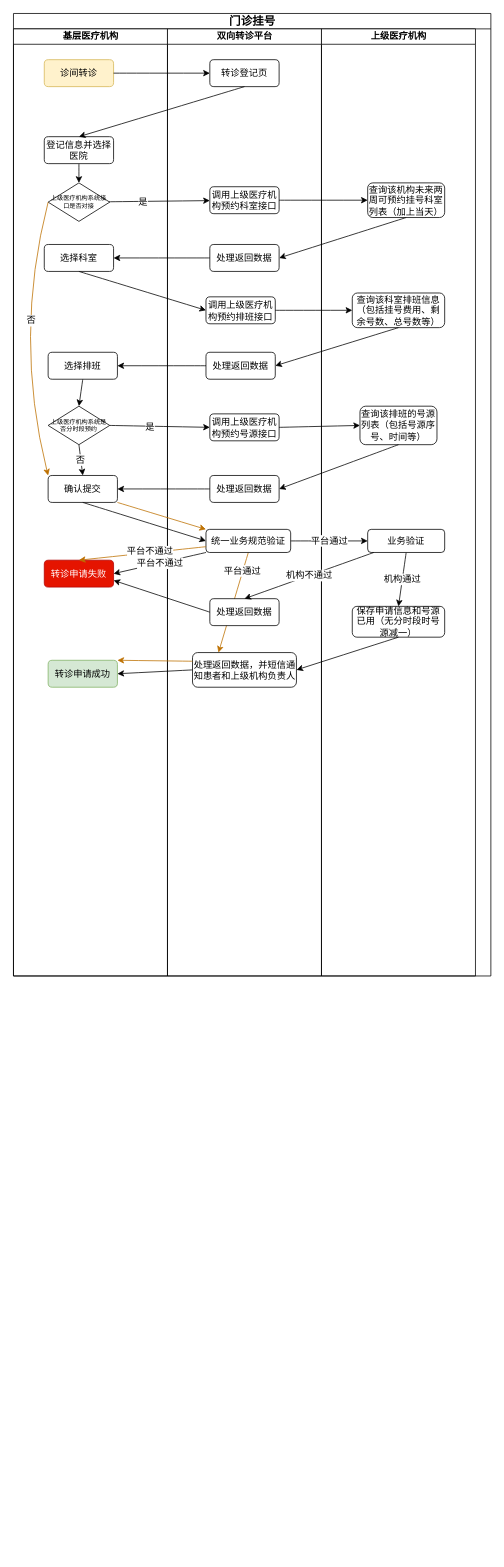
The draw.io diagram 未命名绘图.drawio in bsklqgy/zero, before the edit. Source tidied: cells renumbered, new cells numbered last; positions are measured from the earlier drawing's top-left corner, leaving out a move shared by most shapes. Both pictures are drawn from the tidied source at 77%, with x=0, y=0 at pixel (13, 13).
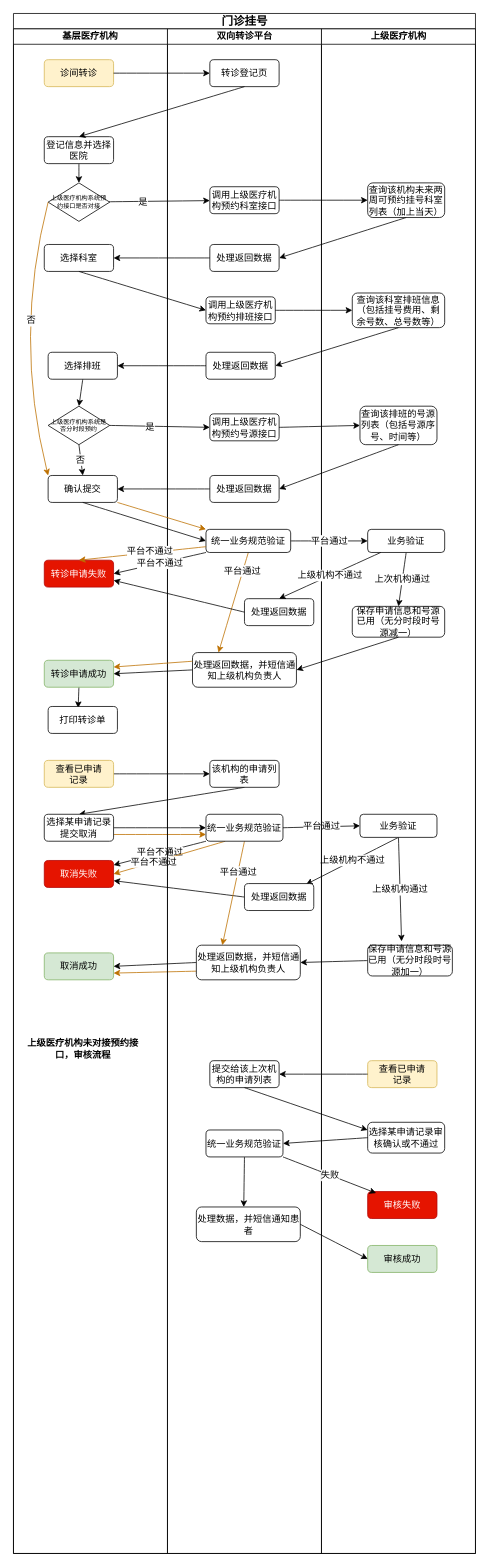
The same diagram, later.

Commit message (it also covers changes not shown here):
更新未命名绘图.drawio

The change refers to these unchanged cells:
```xml
<mxCell id="36" value="业务验证" style="rounded=1;whiteSpace=wrap;html=1;shadow=0;labelBackgroundColor=none;strokeWidth=1;fontFamily=Verdana;fontSize=12;align=center;" parent="31" vertex="1">
  <mxGeometry x="60" y="650" width="100" height="30" as="geometry" />
</mxCell>
<mxCell id="37" value="保存申请信息和号源已用（无分时段时号源减一）" style="rounded=1;whiteSpace=wrap;html=1;shadow=0;labelBackgroundColor=none;strokeWidth=1;fontFamily=Verdana;fontSize=12;align=center;" parent="31" vertex="1">
  <mxGeometry x="40" y="750" width="120" height="40" as="geometry" />
</mxCell>
```

Change to the diagram source:
```diff
@@
     <mxCell id="2" value="&lt;font style=&quot;font-size: 15px;&quot;&gt;门诊挂号&lt;/font&gt;" style="swimlane;html=1;startSize=20;rounded=0;shadow=0;labelBackgroundColor=none;strokeWidth=1;fontFamily=Verdana;fontSize=8;align=center;" parent="1" vertex="1">
-      <mxGeometry width="620" height="1250" as="geometry" />
+      <mxGeometry width="600" height="2000" as="geometry" />
     </mxCell>
+    <mxCell id="65" style="edgeStyle=none;shape=connector;curved=1;rounded=1;jettySize=auto;html=1;exitX=1;exitY=0.5;exitDx=0;exitDy=0;entryX=0;entryY=0.5;entryDx=0;entryDy=0;labelBackgroundColor=default;strokeColor=default;fontFamily=Helvetica;fontSize=12;fontColor=default;endArrow=classic;" parent="2" edge="1" source="79" target="85">
+      <mxGeometry relative="1" as="geometry" />
+    </mxCell>
+    <mxCell id="66" style="edgeStyle=none;shape=connector;curved=1;rounded=1;jettySize=auto;html=1;exitX=0.5;exitY=1;exitDx=0;exitDy=0;entryX=0.5;entryY=0;entryDx=0;entryDy=0;labelBackgroundColor=default;strokeColor=default;fontFamily=Helvetica;fontSize=12;fontColor=default;endArrow=classic;" parent="2" edge="1" source="85" target="80">
+      <mxGeometry relative="1" as="geometry" />
+    </mxCell>
+    <mxCell id="67" style="edgeStyle=none;shape=connector;curved=1;rounded=1;jettySize=auto;html=1;exitX=1;exitY=0.5;exitDx=0;exitDy=0;entryX=0;entryY=0.5;entryDx=0;entryDy=0;labelBackgroundColor=default;strokeColor=default;fontFamily=Helvetica;fontSize=12;fontColor=default;endArrow=classic;" parent="2" edge="1" source="80" target="88">
+      <mxGeometry relative="1" as="geometry" />
+    </mxCell>
+    <mxCell id="68" value="平台不通过" style="edgeStyle=none;shape=connector;curved=1;rounded=1;jettySize=auto;html=1;exitX=0;exitY=1;exitDx=0;exitDy=0;labelBackgroundColor=default;strokeColor=default;fontFamily=Helvetica;fontSize=12;fontColor=default;endArrow=classic;" parent="2" edge="1" source="88" target="81">
+      <mxGeometry relative="1" as="geometry" />
+    </mxCell>
+    <mxCell id="69" value="平台通过" style="edgeStyle=none;shape=connector;curved=1;rounded=1;jettySize=auto;html=1;exitX=1;exitY=0.5;exitDx=0;exitDy=0;entryX=0;entryY=0.5;entryDx=0;entryDy=0;labelBackgroundColor=default;strokeColor=default;fontFamily=Helvetica;fontSize=12;fontColor=default;endArrow=classic;" parent="2" edge="1" source="88" target="96">
+      <mxGeometry relative="1" as="geometry" />
+    </mxCell>
+    <mxCell id="70" value="上级机构不通过" style="edgeStyle=none;shape=connector;curved=1;rounded=1;jettySize=auto;html=1;exitX=0.5;exitY=1;exitDx=0;exitDy=0;entryX=0.889;entryY=0.029;entryDx=0;entryDy=0;entryPerimeter=0;labelBackgroundColor=default;strokeColor=default;fontFamily=Helvetica;fontSize=12;fontColor=default;endArrow=classic;" parent="2" edge="1" source="96" target="89">
+      <mxGeometry relative="1" as="geometry" />
+    </mxCell>
+    <mxCell id="71" style="edgeStyle=none;shape=connector;curved=1;rounded=1;jettySize=auto;html=1;exitX=0;exitY=0.5;exitDx=0;exitDy=0;entryX=1;entryY=0.75;entryDx=0;entryDy=0;labelBackgroundColor=default;strokeColor=default;fontFamily=Helvetica;fontSize=12;fontColor=default;endArrow=classic;" parent="2" edge="1" source="89" target="81">
+      <mxGeometry relative="1" as="geometry" />
+    </mxCell>
+    <mxCell id="72" style="edgeStyle=none;shape=connector;curved=1;rounded=1;jettySize=auto;html=1;exitX=0;exitY=0.5;exitDx=0;exitDy=0;entryX=1;entryY=0.5;entryDx=0;entryDy=0;labelBackgroundColor=default;strokeColor=default;fontFamily=Helvetica;fontSize=12;fontColor=default;endArrow=classic;" parent="2" edge="1" source="97" target="90">
+      <mxGeometry relative="1" as="geometry" />
+    </mxCell>
+    <mxCell id="73" style="edgeStyle=none;shape=connector;curved=1;rounded=1;jettySize=auto;html=1;exitX=0;exitY=0.5;exitDx=0;exitDy=0;entryX=1;entryY=0.5;entryDx=0;entryDy=0;labelBackgroundColor=default;strokeColor=default;fontFamily=Helvetica;fontSize=12;fontColor=default;endArrow=classic;" parent="2" edge="1" source="90" target="82">
+      <mxGeometry relative="1" as="geometry" />
+    </mxCell>
+    <mxCell id="74" style="edgeStyle=none;shape=connector;curved=1;rounded=1;jettySize=auto;html=1;exitX=1;exitY=0.75;exitDx=0;exitDy=0;entryX=0;entryY=0.75;entryDx=0;entryDy=0;labelBackgroundColor=default;strokeColor=#BD7000;fontFamily=Helvetica;fontSize=12;fontColor=default;endArrow=classic;fillColor=#f0a30a;" parent="2" edge="1" source="80" target="88">
+      <mxGeometry relative="1" as="geometry" />
+    </mxCell>
+    <mxCell id="75" style="edgeStyle=none;shape=connector;curved=1;rounded=1;jettySize=auto;html=1;exitX=0.25;exitY=1;exitDx=0;exitDy=0;entryX=1;entryY=0.5;entryDx=0;entryDy=0;labelBackgroundColor=default;strokeColor=#BD7000;fontFamily=Helvetica;fontSize=12;fontColor=default;endArrow=classic;fillColor=#f0a30a;" parent="2" edge="1" source="88" target="81">
+      <mxGeometry relative="1" as="geometry" />
+    </mxCell>
+    <mxCell id="76" value="平台不通过" style="edgeLabel;html=1;align=center;verticalAlign=middle;fontSize=12;fontFamily=Helvetica;fontColor=default;" parent="75" vertex="1">
+      <mxGeometry x="0.29" y="-1" relative="1" as="geometry" />
+    </mxCell>
+    <mxCell id="77" style="edgeStyle=none;shape=connector;curved=1;rounded=1;jettySize=auto;html=1;exitX=0;exitY=0.75;exitDx=0;exitDy=0;entryX=1;entryY=0.75;entryDx=0;entryDy=0;labelBackgroundColor=default;strokeColor=#BD7000;fontFamily=Helvetica;fontSize=12;fontColor=default;endArrow=classic;fillColor=#f0a30a;" parent="2" edge="1" source="90" target="82">
+      <mxGeometry relative="1" as="geometry" />
+    </mxCell>
-    <mxCell id="3" value="基层医疗机构" style="swimlane;html=1;startSize=20;" parent="2" vertex="1">
-      <mxGeometry y="20" width="200" height="1230" as="geometry" />
+    <mxCell id="3" value="基层医疗机构" style="swimlane;html=1;startSize=20;whiteSpace=wrap;" parent="2" vertex="1">
+      <mxGeometry y="20" width="200" height="1980" as="geometry" />
     </mxCell>
@@
-    <mxCell id="7" value="上级医疗机构系统接口是否对接" style="rhombus;whiteSpace=wrap;html=1;rounded=0;shadow=0;labelBackgroundColor=none;strokeWidth=1;fontFamily=Verdana;fontSize=8;align=center;" parent="3" vertex="1">
+    <mxCell id="7" value="上级医疗机构系统预约接口是否对接" style="rhombus;whiteSpace=wrap;html=1;rounded=0;shadow=0;labelBackgroundColor=none;strokeWidth=1;fontFamily=Verdana;fontSize=8;align=center;" parent="3" vertex="1">
       <mxGeometry x="45" y="200" width="80" height="50" as="geometry" />
     </mxCell>
@@
+    <mxCell id="78" style="edgeStyle=none;shape=connector;curved=1;rounded=1;jettySize=auto;html=1;exitX=0.5;exitY=1;exitDx=0;exitDy=0;entryX=0.433;entryY=0.057;entryDx=0;entryDy=0;entryPerimeter=0;labelBackgroundColor=default;strokeColor=default;fontFamily=Helvetica;fontSize=12;fontColor=default;endArrow=classic;" parent="3" edge="1" source="15" target="84">
+      <mxGeometry relative="1" as="geometry" />
+    </mxCell>
     <mxCell id="15" value="转诊申请成功" style="rounded=1;whiteSpace=wrap;html=1;shadow=0;labelBackgroundColor=none;strokeWidth=1;fontFamily=Verdana;fontSize=12;align=center;fillColor=#d5e8d4;strokeColor=#82b366;" parent="3" vertex="1">
-      <mxGeometry x="45" y="820" width="90" height="35" as="geometry" />
+      <mxGeometry x="40" y="820" width="90" height="35" as="geometry" />
     </mxCell>
@@
+    <mxCell id="79" value="查看已申请&lt;br&gt;记录" style="rounded=1;whiteSpace=wrap;html=1;shadow=0;labelBackgroundColor=none;strokeWidth=1;fontFamily=Verdana;fontSize=12;align=center;fillColor=#fff2cc;strokeColor=#d6b656;" parent="3" vertex="1">
+      <mxGeometry x="40" y="950" width="90" height="35" as="geometry" />
+    </mxCell>
+    <mxCell id="80" value="选择某申请记录提交取消" style="rounded=1;whiteSpace=wrap;html=1;shadow=0;labelBackgroundColor=none;strokeWidth=1;fontFamily=Verdana;fontSize=12;align=center;" parent="3" vertex="1">
+      <mxGeometry x="40" y="1020" width="90" height="35" as="geometry" />
+    </mxCell>
+    <mxCell id="81" value="取消失败" style="rounded=1;whiteSpace=wrap;html=1;shadow=0;labelBackgroundColor=none;strokeWidth=1;fontFamily=Verdana;fontSize=12;align=center;fillColor=#e51400;fontColor=#ffffff;strokeColor=#B20000;" parent="3" vertex="1">
+      <mxGeometry x="40" y="1080" width="90" height="35" as="geometry" />
+    </mxCell>
+    <mxCell id="82" value="取消成功" style="rounded=1;whiteSpace=wrap;html=1;shadow=0;labelBackgroundColor=none;strokeWidth=1;fontFamily=Verdana;fontSize=12;align=center;fillColor=#d5e8d4;strokeColor=#82b366;" parent="3" vertex="1">
+      <mxGeometry x="40" y="1200" width="90" height="35" as="geometry" />
+    </mxCell>
+    <mxCell id="83" value="上级医疗机构未对接预约接口，审核流程" style="text;strokeColor=none;fillColor=none;html=1;fontSize=12;fontStyle=1;verticalAlign=middle;align=center;fontFamily=Helvetica;fontColor=default;whiteSpace=wrap;" parent="3" vertex="1">
+      <mxGeometry x="8.8" y="1300" width="162.5" height="50" as="geometry" />
+    </mxCell>
+    <mxCell id="84" value="打印转诊单" style="rounded=1;whiteSpace=wrap;html=1;shadow=0;labelBackgroundColor=none;strokeWidth=1;fontFamily=Verdana;fontSize=12;align=center;" parent="3" vertex="1">
+      <mxGeometry x="45" y="880" width="90" height="35" as="geometry" />
+    </mxCell>
     <mxCell id="18" value="双向转诊平台" style="swimlane;html=1;startSize=20;" parent="2" vertex="1">
-      <mxGeometry x="200" y="20" width="200" height="1230" as="geometry" />
+      <mxGeometry x="200" y="20" width="200" height="1980" as="geometry" />
     </mxCell>
@@
     <mxCell id="29" value="处理返回数据" style="rounded=1;whiteSpace=wrap;html=1;shadow=0;labelBackgroundColor=none;strokeWidth=1;fontFamily=Verdana;fontSize=12;align=center;" parent="18" vertex="1">
-      <mxGeometry x="55" y="740" width="90" height="35" as="geometry" />
+      <mxGeometry x="100" y="740" width="90" height="35" as="geometry" />
     </mxCell>
-    <mxCell id="30" value="处理返回数据，并短信通知患者和上级机构负责人" style="rounded=1;whiteSpace=wrap;html=1;shadow=0;labelBackgroundColor=none;strokeWidth=1;fontFamily=Verdana;fontSize=12;align=center;" parent="18" vertex="1">
+    <mxCell id="30" value="处理返回数据，并短信通知上级机构负责人" style="rounded=1;whiteSpace=wrap;html=1;shadow=0;labelBackgroundColor=none;strokeWidth=1;fontFamily=Verdana;fontSize=12;align=center;" parent="18" vertex="1">
       <mxGeometry x="32.5" y="810" width="135" height="45" as="geometry" />
     </mxCell>
+    <mxCell id="85" value="该机构的申请列表" style="rounded=1;whiteSpace=wrap;html=1;shadow=0;labelBackgroundColor=none;strokeWidth=1;fontFamily=Verdana;fontSize=12;align=center;" parent="18" vertex="1">
+      <mxGeometry x="55" y="950" width="90" height="35" as="geometry" />
+    </mxCell>
+    <mxCell id="86" style="edgeStyle=none;shape=connector;curved=1;rounded=1;jettySize=auto;html=1;exitX=0.5;exitY=1;exitDx=0;exitDy=0;entryX=0.25;entryY=0;entryDx=0;entryDy=0;labelBackgroundColor=default;strokeColor=#BD7000;fontFamily=Helvetica;fontSize=12;fontColor=default;endArrow=classic;fillColor=#f0a30a;" parent="18" edge="1" source="88" target="90">
+      <mxGeometry relative="1" as="geometry" />
+    </mxCell>
+    <mxCell id="87" value="平台通过" style="edgeLabel;html=1;align=center;verticalAlign=middle;fontSize=12;fontFamily=Helvetica;fontColor=default;" parent="86" vertex="1">
+      <mxGeometry x="-0.42" relative="1" as="geometry" />
+    </mxCell>
+    <mxCell id="88" value="统一业务规范验证" style="rounded=1;whiteSpace=wrap;html=1;shadow=0;labelBackgroundColor=none;strokeWidth=1;fontFamily=Verdana;fontSize=12;align=center;" parent="18" vertex="1">
+      <mxGeometry x="50" y="1020" width="100" height="35" as="geometry" />
+    </mxCell>
+    <mxCell id="89" value="处理返回数据" style="rounded=1;whiteSpace=wrap;html=1;shadow=0;labelBackgroundColor=none;strokeWidth=1;fontFamily=Verdana;fontSize=12;align=center;" parent="18" vertex="1">
+      <mxGeometry x="100" y="1110" width="90" height="35" as="geometry" />
+    </mxCell>
+    <mxCell id="90" value="处理返回数据，并短信通知上级机构负责人" style="rounded=1;whiteSpace=wrap;html=1;shadow=0;labelBackgroundColor=none;strokeWidth=1;fontFamily=Verdana;fontSize=12;align=center;" parent="18" vertex="1">
+      <mxGeometry x="37.5" y="1190" width="135" height="45" as="geometry" />
+    </mxCell>
+    <mxCell id="91" value="提交给该上次机构的申请列表" style="rounded=1;whiteSpace=wrap;html=1;shadow=0;labelBackgroundColor=none;strokeWidth=1;fontFamily=Verdana;fontSize=12;align=center;" parent="18" vertex="1">
+      <mxGeometry x="55" y="1340" width="90" height="35" as="geometry" />
+    </mxCell>
+    <mxCell id="92" style="edgeStyle=none;shape=connector;curved=1;rounded=1;jettySize=auto;html=1;exitX=0.5;exitY=1;exitDx=0;exitDy=0;entryX=0.456;entryY=0;entryDx=0;entryDy=0;entryPerimeter=0;labelBackgroundColor=default;strokeColor=default;fontFamily=Helvetica;fontSize=12;fontColor=default;endArrow=classic;" parent="18" edge="1" source="93" target="94">
+      <mxGeometry relative="1" as="geometry" />
+    </mxCell>
+    <mxCell id="93" value="统一业务规范验证" style="rounded=1;whiteSpace=wrap;html=1;shadow=0;labelBackgroundColor=none;strokeWidth=1;fontFamily=Verdana;fontSize=12;align=center;" parent="18" vertex="1">
+      <mxGeometry x="50" y="1430" width="100" height="35" as="geometry" />
+    </mxCell>
+    <mxCell id="94" value="处理数据，并短信通知患者" style="rounded=1;whiteSpace=wrap;html=1;shadow=0;labelBackgroundColor=none;strokeWidth=1;fontFamily=Verdana;fontSize=12;align=center;" parent="18" vertex="1">
+      <mxGeometry x="37.5" y="1530" width="135" height="45" as="geometry" />
+    </mxCell>
     <mxCell id="31" value="上级医疗机构" style="swimlane;html=1;startSize=20;" parent="2" vertex="1">
-      <mxGeometry x="400" y="20" width="200" height="1230" as="geometry" />
+      <mxGeometry x="400" y="20" width="200" height="1980" as="geometry" />
     </mxCell>
@@
-    <mxCell id="35" value="机构通过" style="edgeStyle=none;shape=connector;curved=1;rounded=1;jettySize=auto;html=1;exitX=0.5;exitY=1;exitDx=0;exitDy=0;entryX=0.5;entryY=0;entryDx=0;entryDy=0;labelBackgroundColor=default;strokeColor=default;fontFamily=Helvetica;fontSize=12;fontColor=default;endArrow=classic;" parent="31" edge="1" source="36" target="37">
+    <mxCell id="35" value="上次机构通过" style="edgeStyle=none;shape=connector;curved=1;rounded=1;jettySize=auto;html=1;exitX=0.5;exitY=1;exitDx=0;exitDy=0;entryX=0.5;entryY=0;entryDx=0;entryDy=0;labelBackgroundColor=default;strokeColor=default;fontFamily=Helvetica;fontSize=12;fontColor=default;endArrow=classic;" parent="31" edge="1" source="36" target="37">
       <mxGeometry relative="1" as="geometry" />
     </mxCell>
@@
+    <mxCell id="95" value="上级机构通过" style="edgeStyle=none;shape=connector;curved=1;rounded=1;jettySize=auto;html=1;exitX=0.5;exitY=1;exitDx=0;exitDy=0;entryX=0.4;entryY=-0.125;entryDx=0;entryDy=0;entryPerimeter=0;labelBackgroundColor=default;strokeColor=default;fontFamily=Helvetica;fontSize=12;fontColor=default;endArrow=classic;" parent="31" edge="1" source="96" target="97">
+      <mxGeometry relative="1" as="geometry" />
+    </mxCell>
+    <mxCell id="96" value="业务验证" style="rounded=1;whiteSpace=wrap;html=1;shadow=0;labelBackgroundColor=none;strokeWidth=1;fontFamily=Verdana;fontSize=12;align=center;" parent="31" vertex="1">
+      <mxGeometry x="50" y="1020" width="100" height="30" as="geometry" />
+    </mxCell>
+    <mxCell id="97" value="保存申请信息和号源已用（无分时段时号源加一）" style="rounded=1;whiteSpace=wrap;html=1;shadow=0;labelBackgroundColor=none;strokeWidth=1;fontFamily=Verdana;fontSize=12;align=center;" parent="31" vertex="1">
+      <mxGeometry x="60" y="1190" width="110" height="40" as="geometry" />
+    </mxCell>
+    <mxCell id="98" value="查看已申请&lt;br&gt;记录" style="rounded=1;whiteSpace=wrap;html=1;shadow=0;labelBackgroundColor=none;strokeWidth=1;fontFamily=Verdana;fontSize=12;align=center;fillColor=#fff2cc;strokeColor=#d6b656;" parent="31" vertex="1">
+      <mxGeometry x="60" y="1340" width="90" height="35" as="geometry" />
+    </mxCell>
+    <mxCell id="99" value="选择某申请记录审核确认或不通过" style="rounded=1;whiteSpace=wrap;html=1;shadow=0;labelBackgroundColor=none;strokeWidth=1;fontFamily=Verdana;fontSize=12;align=center;" parent="31" vertex="1">
+      <mxGeometry x="60" y="1420" width="100" height="40" as="geometry" />
+    </mxCell>
+    <mxCell id="100" value="审核失败" style="rounded=1;whiteSpace=wrap;html=1;shadow=0;labelBackgroundColor=none;strokeWidth=1;fontFamily=Verdana;fontSize=12;align=center;fillColor=#e51400;fontColor=#ffffff;strokeColor=#B20000;" parent="31" vertex="1">
+      <mxGeometry x="60" y="1510" width="90" height="35" as="geometry" />
+    </mxCell>
+    <mxCell id="101" value="审核成功" style="rounded=1;whiteSpace=wrap;html=1;shadow=0;labelBackgroundColor=none;strokeWidth=1;fontFamily=Verdana;fontSize=12;align=center;fillColor=#d5e8d4;strokeColor=#82b366;" parent="31" vertex="1">
+      <mxGeometry x="60" y="1580" width="90" height="35" as="geometry" />
+    </mxCell>
@@
-    <mxCell id="57" value="机构不通过" style="edgeStyle=none;shape=connector;curved=1;rounded=1;jettySize=auto;html=1;entryX=0.5;entryY=0;entryDx=0;entryDy=0;labelBackgroundColor=default;strokeColor=default;fontFamily=Helvetica;fontSize=12;fontColor=default;endArrow=classic;" parent="2" edge="1" source="36" target="29">
+    <mxCell id="57" value="上级机构不通过" style="edgeStyle=none;shape=connector;curved=1;rounded=1;jettySize=auto;html=1;entryX=0.5;entryY=0;entryDx=0;entryDy=0;labelBackgroundColor=default;strokeColor=default;fontFamily=Helvetica;fontSize=12;fontColor=default;endArrow=classic;" parent="2" edge="1" source="36" target="29">
       <mxGeometry relative="1" as="geometry" />
     </mxCell>
@@
-    <mxCell id="64" style="edgeStyle=none;shape=connector;curved=1;rounded=1;jettySize=auto;html=1;exitX=0;exitY=0.25;exitDx=0;exitDy=0;entryX=1;entryY=0;entryDx=0;entryDy=0;labelBackgroundColor=default;strokeColor=#BD7000;fontFamily=Helvetica;fontSize=12;fontColor=default;endArrow=classic;fillColor=#f0a30a;" parent="2" edge="1" source="30" target="15">
+    <mxCell id="64" style="edgeStyle=none;shape=connector;curved=1;rounded=1;jettySize=auto;html=1;exitX=0;exitY=0.25;exitDx=0;exitDy=0;entryX=1;entryY=0.25;entryDx=0;entryDy=0;labelBackgroundColor=default;strokeColor=#BD7000;fontFamily=Helvetica;fontSize=12;fontColor=default;endArrow=classic;fillColor=#f0a30a;" parent="2" edge="1" source="30" target="15">
       <mxGeometry relative="1" as="geometry" />
     </mxCell>
+    <mxCell id="102" style="edgeStyle=none;shape=connector;curved=1;rounded=1;jettySize=auto;html=1;exitX=0;exitY=0.5;exitDx=0;exitDy=0;labelBackgroundColor=default;strokeColor=default;fontFamily=Helvetica;fontSize=12;fontColor=default;endArrow=classic;" parent="2" edge="1" source="98" target="91">
+      <mxGeometry relative="1" as="geometry" />
+    </mxCell>
+    <mxCell id="103" style="edgeStyle=none;shape=connector;curved=1;rounded=1;jettySize=auto;html=1;exitX=0.5;exitY=1;exitDx=0;exitDy=0;entryX=0;entryY=0.25;entryDx=0;entryDy=0;labelBackgroundColor=default;strokeColor=default;fontFamily=Helvetica;fontSize=12;fontColor=default;endArrow=classic;" parent="2" edge="1" source="91" target="99">
+      <mxGeometry relative="1" as="geometry" />
+    </mxCell>
+    <mxCell id="104" style="edgeStyle=none;shape=connector;curved=1;rounded=1;jettySize=auto;html=1;exitX=0;exitY=0.5;exitDx=0;exitDy=0;entryX=1;entryY=0.5;entryDx=0;entryDy=0;labelBackgroundColor=default;strokeColor=default;fontFamily=Helvetica;fontSize=12;fontColor=default;endArrow=classic;" parent="2" edge="1" source="99" target="93">
+      <mxGeometry relative="1" as="geometry" />
+    </mxCell>
+    <mxCell id="105" value="失败" style="edgeStyle=none;shape=connector;curved=1;rounded=1;jettySize=auto;html=1;exitX=1;exitY=1;exitDx=0;exitDy=0;entryX=0.122;entryY=0.057;entryDx=0;entryDy=0;entryPerimeter=0;labelBackgroundColor=default;strokeColor=default;fontFamily=Helvetica;fontSize=12;fontColor=default;endArrow=classic;" parent="2" edge="1" source="93" target="100">
+      <mxGeometry relative="1" as="geometry" />
+    </mxCell>
+    <mxCell id="106" style="edgeStyle=none;shape=connector;curved=1;rounded=1;jettySize=auto;html=1;exitX=1;exitY=0.5;exitDx=0;exitDy=0;entryX=0;entryY=0.5;entryDx=0;entryDy=0;labelBackgroundColor=default;strokeColor=default;fontFamily=Helvetica;fontSize=12;fontColor=default;endArrow=classic;" parent="2" edge="1" source="94" target="101">
+      <mxGeometry relative="1" as="geometry" />
+    </mxCell>
```
